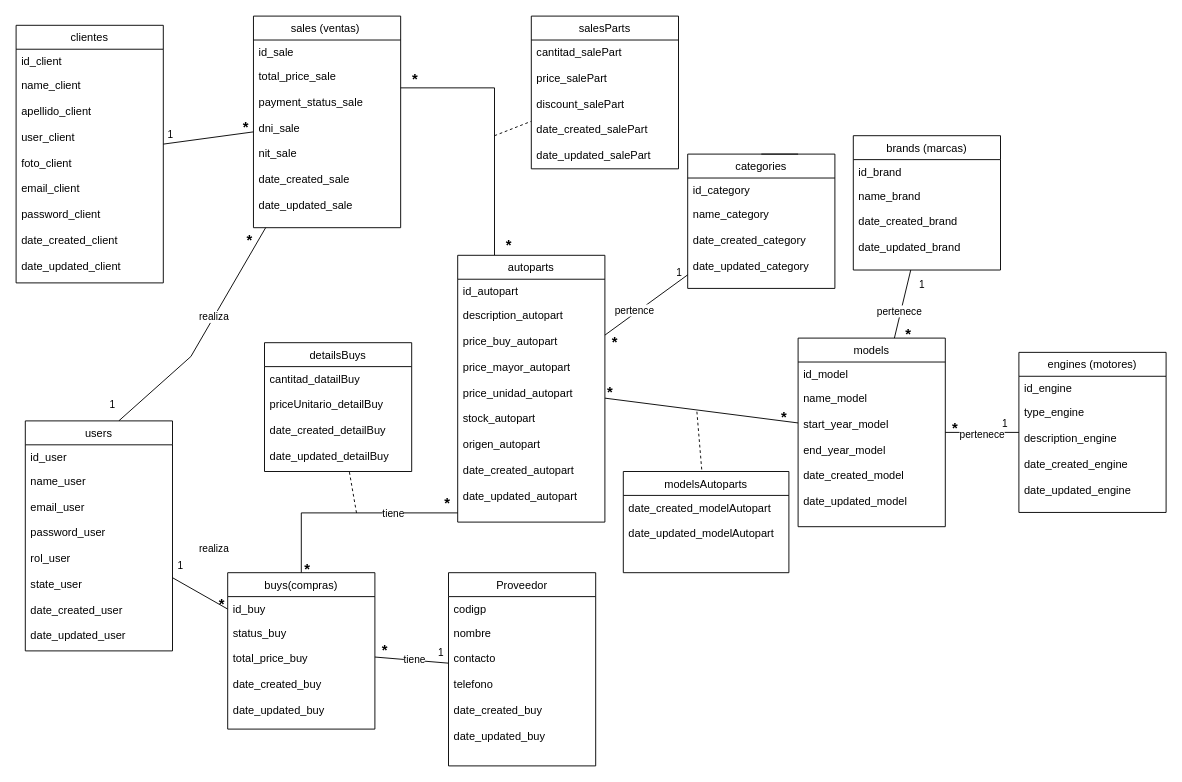
This is modelo conceptual.drawio from PitterQuenallata/automotivosCrisTienda, a draw.io file, before an edit. Source tidied: cells renumbered, new cells numbered last; positions are measured from the earlier drawing's top-left corner, leaving out a move shared by most shapes. Both pictures are drawn from the tidied source at 92%, with x=0, y=0 at pixel (16, 16).
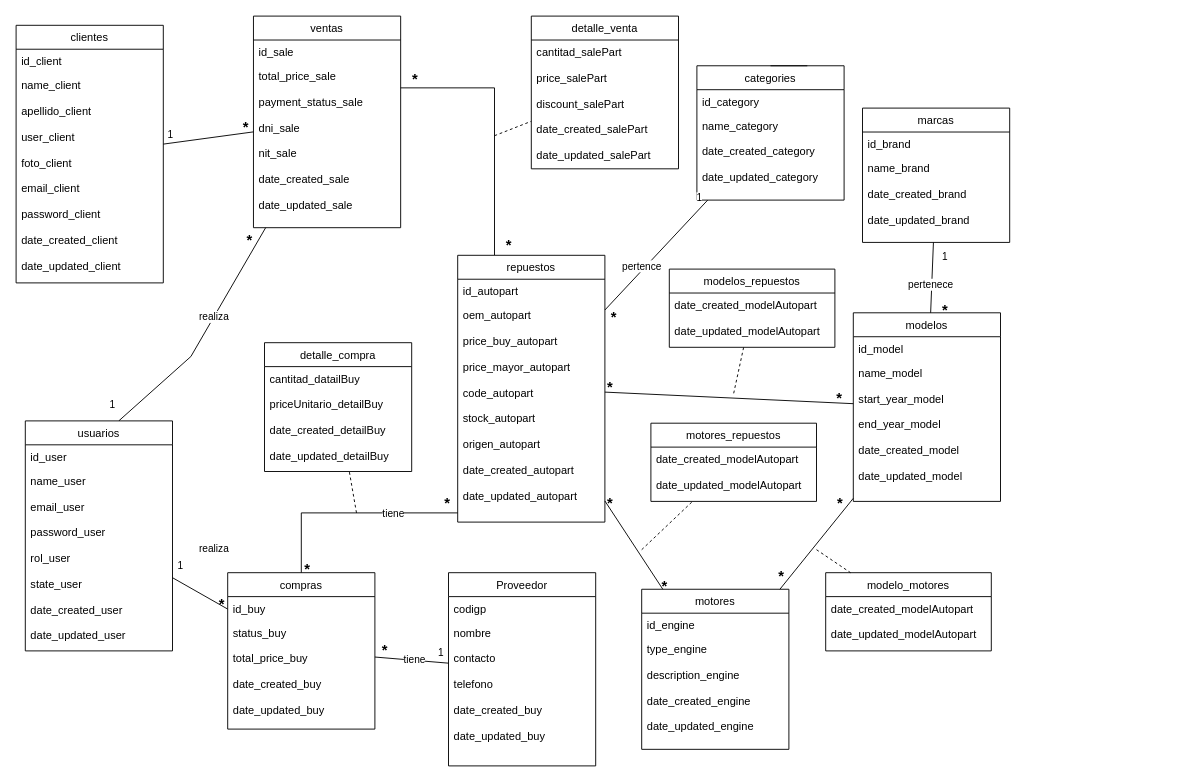
The same page after the edit.

Diff of the diagram source:
```diff
@@
-    <mxCell id="15" value="sales (ventas) " style="swimlane;fontStyle=0;align=center;verticalAlign=top;horizontal=1;startSize=26;rounded=0;shadow=0;strokeWidth=1;" parent="1" vertex="1">
+    <mxCell id="15" value="ventas" style="swimlane;fontStyle=0;align=center;verticalAlign=top;horizontal=1;startSize=26;rounded=0;shadow=0;strokeWidth=1;" parent="1" vertex="1">
       <mxGeometry x="258" width="160" height="230" as="geometry" />
     </mxCell>
@@
-    <mxCell id="31" value="users" style="swimlane;fontStyle=0;align=center;verticalAlign=top;horizontal=1;startSize=26;rounded=0;shadow=0;strokeWidth=1;" parent="1" vertex="1">
+    <mxCell id="31" value="usuarios" style="swimlane;fontStyle=0;align=center;verticalAlign=top;horizontal=1;startSize=26;rounded=0;shadow=0;strokeWidth=1;" parent="1" vertex="1">
       <mxGeometry x="10" y="440" width="160" height="250" as="geometry" />
     </mxCell>
@@
-    <mxCell id="44" value="buys(compras)" style="swimlane;fontStyle=0;align=center;verticalAlign=top;horizontal=1;startSize=26;rounded=0;shadow=0;strokeWidth=1;" parent="1" vertex="1">
+    <mxCell id="44" value="compras" style="swimlane;fontStyle=0;align=center;verticalAlign=top;horizontal=1;startSize=26;rounded=0;shadow=0;strokeWidth=1;" parent="1" vertex="1">
       <mxGeometry x="230" y="605" width="160" height="170" as="geometry" />
     </mxCell>
@@
-    <mxCell id="50" value="detailsBuys" style="swimlane;fontStyle=0;align=center;verticalAlign=top;horizontal=1;startSize=26;rounded=0;shadow=0;strokeWidth=1;" parent="1" vertex="1">
+    <mxCell id="50" value="detalle_compra" style="swimlane;fontStyle=0;align=center;verticalAlign=top;horizontal=1;startSize=26;rounded=0;shadow=0;strokeWidth=1;" parent="1" vertex="1">
       <mxGeometry x="270" y="355" width="160" height="140" as="geometry" />
     </mxCell>
@@
-    <mxCell id="56" value="autoparts" style="swimlane;fontStyle=0;align=center;verticalAlign=top;horizontal=1;startSize=26;rounded=0;shadow=0;strokeWidth=1;" parent="1" vertex="1">
+    <mxCell id="56" value="repuestos" style="swimlane;fontStyle=0;align=center;verticalAlign=top;horizontal=1;startSize=26;rounded=0;shadow=0;strokeWidth=1;" parent="1" vertex="1">
       <mxGeometry x="480" y="260" width="160" height="290" as="geometry" />
     </mxCell>
@@
-    <mxCell id="58" value="description_autopart" style="text;align=left;verticalAlign=top;spacingLeft=4;spacingRight=4;overflow=hidden;rounded=0;shadow=0;html=0;" parent="56" vertex="1">
+    <mxCell id="58" value="oem_autopart" style="text;align=left;verticalAlign=top;spacingLeft=4;spacingRight=4;overflow=hidden;rounded=0;shadow=0;html=0;" parent="56" vertex="1">
       <mxGeometry y="52" width="160" height="28" as="geometry" />
     </mxCell>
@@
-    <mxCell id="61" value="price_unidad_autopart" style="text;align=left;verticalAlign=top;spacingLeft=4;spacingRight=4;overflow=hidden;rounded=0;shadow=0;html=0;" parent="56" vertex="1">
+    <mxCell id="61" value="code_autopart" style="text;align=left;verticalAlign=top;spacingLeft=4;spacingRight=4;overflow=hidden;rounded=0;shadow=0;html=0;" parent="56" vertex="1">
       <mxGeometry y="136" width="160" height="28" as="geometry" />
     </mxCell>
@@
     <mxCell id="70" value="categories" style="swimlane;fontStyle=0;align=center;verticalAlign=top;horizontal=1;startSize=26;rounded=0;shadow=0;strokeWidth=1;" parent="1" vertex="1">
-      <mxGeometry x="730" y="150" width="160" height="146" as="geometry" />
+      <mxGeometry x="740" y="54" width="160" height="146" as="geometry" />
     </mxCell>
@@
-    <mxCell id="79" value="models" style="swimlane;fontStyle=0;align=center;verticalAlign=top;horizontal=1;startSize=26;rounded=0;shadow=0;strokeWidth=1;" parent="1" vertex="1">
-      <mxGeometry x="850" y="350" width="160" height="205" as="geometry" />
+    <mxCell id="79" value="modelos" style="swimlane;fontStyle=0;align=center;verticalAlign=top;horizontal=1;startSize=26;rounded=0;shadow=0;strokeWidth=1;" parent="1" vertex="1">
+      <mxGeometry x="910" y="322.5" width="160" height="205" as="geometry" />
     </mxCell>
@@
-    <mxCell id="89" value="brands (marcas)" style="swimlane;fontStyle=0;align=center;verticalAlign=top;horizontal=1;startSize=26;rounded=0;shadow=0;strokeWidth=1;" parent="1" vertex="1">
-      <mxGeometry x="910" y="130" width="160" height="146" as="geometry" />
+    <mxCell id="89" value="marcas" style="swimlane;fontStyle=0;align=center;verticalAlign=top;horizontal=1;startSize=26;rounded=0;shadow=0;strokeWidth=1;" parent="1" vertex="1">
+      <mxGeometry x="920" y="100" width="160" height="146" as="geometry" />
     </mxCell>
@@
-    <mxCell id="95" value="engines (motores)" style="swimlane;fontStyle=0;align=center;verticalAlign=top;horizontal=1;startSize=26;rounded=0;shadow=0;strokeWidth=1;" parent="1" vertex="1">
-      <mxGeometry x="1090" y="365.5" width="160" height="174" as="geometry" />
+    <mxCell id="95" value="motores" style="swimlane;fontStyle=0;align=center;verticalAlign=top;horizontal=1;startSize=26;rounded=0;shadow=0;strokeWidth=1;" parent="1" vertex="1">
+      <mxGeometry x="680" y="623" width="160" height="174" as="geometry" />
     </mxCell>
@@
-    <mxCell id="105" style="endArrow=none;html=1;rounded=0;strokeColor=default;align=center;verticalAlign=middle;fontFamily=Helvetica;fontSize=11;fontColor=default;labelBackgroundColor=default;" parent="1" edge="1" source="79" target="95">
-      <mxGeometry relative="1" as="geometry" />
-    </mxCell>
-    <mxCell id="106" value="1" style="html=1;whiteSpace=wrap;align=left;verticalAlign=bottom;fontFamily=Helvetica;fontSize=11;fontColor=default;labelBackgroundColor=default;" parent="105" vertex="1">
-      <mxGeometry x="-1" relative="1" as="geometry">
-        <mxPoint x="60" y="-2" as="offset" />
-      </mxGeometry>
-    </mxCell>
-    <mxCell id="107" value="*" style="html=1;whiteSpace=wrap;align=center;verticalAlign=bottom;fontFamily=Helvetica;fontSize=16;fontColor=default;labelBackgroundColor=none;spacing=2;fontStyle=1;" parent="105" vertex="1">
-      <mxGeometry x="1" relative="1" as="geometry">
-        <mxPoint x="-70" y="6" as="offset" />
-      </mxGeometry>
-    </mxCell>
-    <mxCell id="108" value="pertenece" style="edgeLabel;html=1;align=center;verticalAlign=middle;" parent="105" vertex="1">
-      <mxGeometry x="-0.02" y="-2" relative="1" as="geometry" />
-    </mxCell>
-    <mxCell id="109" value="salesParts" style="swimlane;fontStyle=0;align=center;verticalAlign=top;horizontal=1;startSize=26;rounded=0;shadow=0;strokeWidth=1;" parent="1" vertex="1">
+    <mxCell id="109" value="detalle_venta" style="swimlane;fontStyle=0;align=center;verticalAlign=top;horizontal=1;startSize=26;rounded=0;shadow=0;strokeWidth=1;" parent="1" vertex="1">
       <mxGeometry x="560" width="160" height="166" as="geometry" />
     </mxCell>
@@
-    <mxCell id="116" value="modelsAutoparts" style="swimlane;fontStyle=0;align=center;verticalAlign=top;horizontal=1;startSize=26;rounded=0;shadow=0;strokeWidth=1;" parent="1" vertex="1">
-      <mxGeometry x="660" y="495" width="180" height="110" as="geometry" />
+    <mxCell id="116" value="modelos_repuestos" style="swimlane;fontStyle=0;align=center;verticalAlign=top;horizontal=1;startSize=26;rounded=0;shadow=0;strokeWidth=1;" parent="1" vertex="1">
+      <mxGeometry x="710" y="275" width="180" height="85" as="geometry" />
     </mxCell>
@@
     <mxCell id="119" style="endArrow=none;dashed=1;html=1;rounded=0;strokeColor=default;align=center;verticalAlign=middle;fontFamily=Helvetica;fontSize=11;fontColor=default;labelBackgroundColor=default;" parent="1" edge="1" target="116">
       <mxGeometry relative="1" as="geometry">
-        <mxPoint x="740" y="430" as="sourcePoint" />
+        <mxPoint x="780" y="410" as="sourcePoint" />
       </mxGeometry>
     </mxCell>
@@
+    <mxCell id="131" style="endArrow=none;html=1;rounded=0;strokeColor=default;align=center;verticalAlign=middle;fontFamily=Helvetica;fontSize=11;fontColor=default;labelBackgroundColor=default;" parent="1" edge="1" source="95" target="56">
+      <mxGeometry relative="1" as="geometry" />
+    </mxCell>
+    <mxCell id="132" value="*" style="html=1;whiteSpace=wrap;align=left;verticalAlign=bottom;fontFamily=Helvetica;fontSize=16;fontColor=default;labelBackgroundColor=none;fontStyle=1;" parent="131" vertex="1">
+      <mxGeometry x="-1" relative="1" as="geometry">
+        <mxPoint x="-3" y="7" as="offset" />
+      </mxGeometry>
+    </mxCell>
+    <mxCell id="133" value="*" style="html=1;whiteSpace=wrap;align=right;verticalAlign=bottom;fontFamily=Helvetica;fontSize=16;fontColor=default;labelBackgroundColor=none;fontStyle=1;" parent="131" vertex="1">
+      <mxGeometry x="1" relative="1" as="geometry">
+        <mxPoint x="10" y="13" as="offset" />
+      </mxGeometry>
+    </mxCell>
+    <mxCell id="134" value="motores_repuestos" style="swimlane;fontStyle=0;align=center;verticalAlign=top;horizontal=1;startSize=26;rounded=0;shadow=0;strokeWidth=1;" parent="1" vertex="1">
+      <mxGeometry x="690" y="442.5" width="180" height="85" as="geometry" />
+    </mxCell>
+    <mxCell id="135" value="date_created_modelAutopart" style="text;align=left;verticalAlign=top;spacingLeft=4;spacingRight=4;overflow=hidden;rounded=0;shadow=0;html=0;" parent="134" vertex="1">
+      <mxGeometry y="26" width="180" height="28" as="geometry" />
+    </mxCell>
+    <mxCell id="136" value="date_updated_modelAutopart" style="text;align=left;verticalAlign=top;spacingLeft=4;spacingRight=4;overflow=hidden;rounded=0;shadow=0;html=0;" parent="134" vertex="1">
+      <mxGeometry y="54" width="180" height="28" as="geometry" />
+    </mxCell>
+    <mxCell id="137" style="endArrow=none;dashed=1;html=1;rounded=0;strokeColor=default;align=center;verticalAlign=middle;fontFamily=Helvetica;fontSize=11;fontColor=default;labelBackgroundColor=default;" parent="1" edge="1" target="134">
+      <mxGeometry relative="1" as="geometry">
+        <mxPoint x="680" y="580" as="sourcePoint" />
+      </mxGeometry>
+    </mxCell>
+    <mxCell id="138" value="modelo_motores" style="swimlane;fontStyle=0;align=center;verticalAlign=top;horizontal=1;startSize=26;rounded=0;shadow=0;strokeWidth=1;" parent="1" vertex="1">
+      <mxGeometry x="880" y="605" width="180" height="85" as="geometry" />
+    </mxCell>
+    <mxCell id="139" value="date_created_modelAutopart" style="text;align=left;verticalAlign=top;spacingLeft=4;spacingRight=4;overflow=hidden;rounded=0;shadow=0;html=0;" parent="138" vertex="1">
+      <mxGeometry y="26" width="180" height="28" as="geometry" />
+    </mxCell>
+    <mxCell id="140" value="date_updated_modelAutopart" style="text;align=left;verticalAlign=top;spacingLeft=4;spacingRight=4;overflow=hidden;rounded=0;shadow=0;html=0;" parent="138" vertex="1">
+      <mxGeometry y="54" width="180" height="28" as="geometry" />
+    </mxCell>
+    <mxCell id="141" style="endArrow=none;html=1;rounded=0;strokeColor=default;align=center;verticalAlign=middle;fontFamily=Helvetica;fontSize=11;fontColor=default;labelBackgroundColor=default;" parent="1" edge="1" source="95" target="79">
+      <mxGeometry relative="1" as="geometry" />
+    </mxCell>
+    <mxCell id="142" value="*" style="html=1;whiteSpace=wrap;align=left;verticalAlign=bottom;fontFamily=Helvetica;fontSize=16;fontColor=default;labelBackgroundColor=none;fontStyle=1;" parent="141" vertex="1">
+      <mxGeometry x="-1" relative="1" as="geometry">
+        <mxPoint x="-3" y="-3" as="offset" />
+      </mxGeometry>
+    </mxCell>
+    <mxCell id="143" value="*" style="html=1;whiteSpace=wrap;align=right;verticalAlign=bottom;fontFamily=Helvetica;fontSize=16;fontColor=default;labelBackgroundColor=none;fontStyle=1;" parent="141" vertex="1">
+      <mxGeometry x="1" relative="1" as="geometry">
+        <mxPoint x="-10" y="16" as="offset" />
+      </mxGeometry>
+    </mxCell>
+    <mxCell id="144" style="endArrow=none;dashed=1;html=1;rounded=0;strokeColor=default;align=center;verticalAlign=middle;fontFamily=Helvetica;fontSize=11;fontColor=default;labelBackgroundColor=default;" parent="1" edge="1" target="138">
+      <mxGeometry relative="1" as="geometry">
+        <mxPoint x="870" y="580" as="sourcePoint" />
+      </mxGeometry>
+    </mxCell>
```
